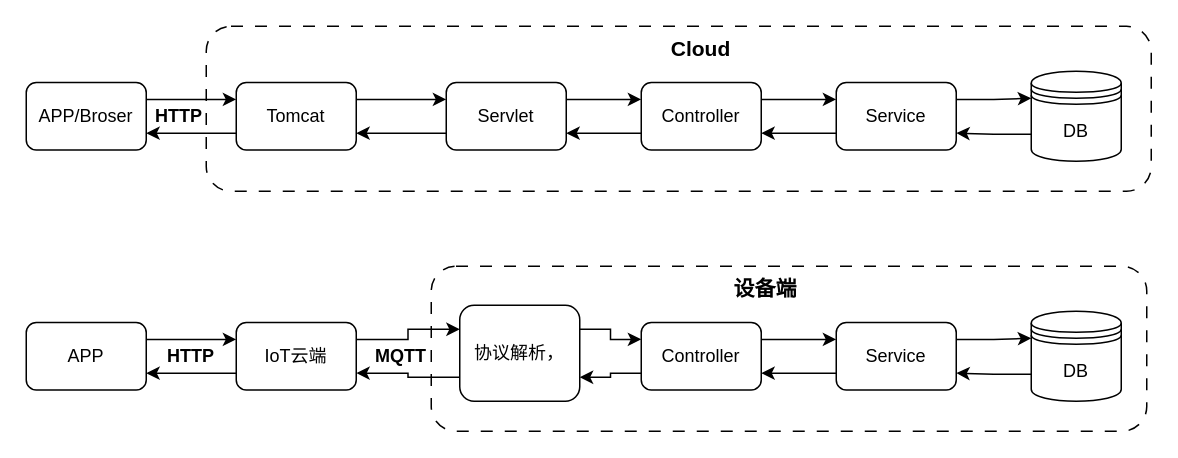
Before: 三层架构开发技术文章配图.drawio in xunzhaoxusanduo/1-drawio, a draw.io diagram. Source tidied: cells renumbered, new cells numbered last; positions are measured from the earlier drawing's top-left corner, leaving out a move shared by most shapes. Both pictures are drawn from the tidied source at 150%, with x=0, y=0 at pixel (26, 26).
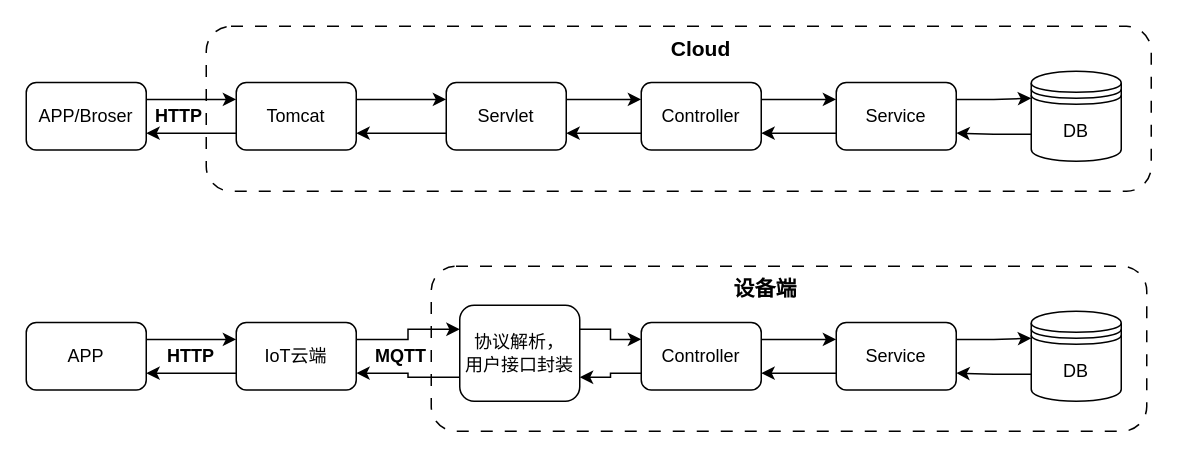
The same page after the edit.

Commit message (it also covers changes not shown here):
更新三层架构开发技术文章配图.drawio

Diff of the diagram source:
```diff
@@
-    <mxCell id="29" value="协议解析，" style="rounded=1;whiteSpace=wrap;html=1;" parent="1" vertex="1">
+    <mxCell id="29" value="协议解析，&lt;br&gt;用户接口封装" style="rounded=1;whiteSpace=wrap;html=1;" parent="1" vertex="1">
       <mxGeometry x="289" y="186" width="80" height="64" as="geometry" />
     </mxCell>
```
